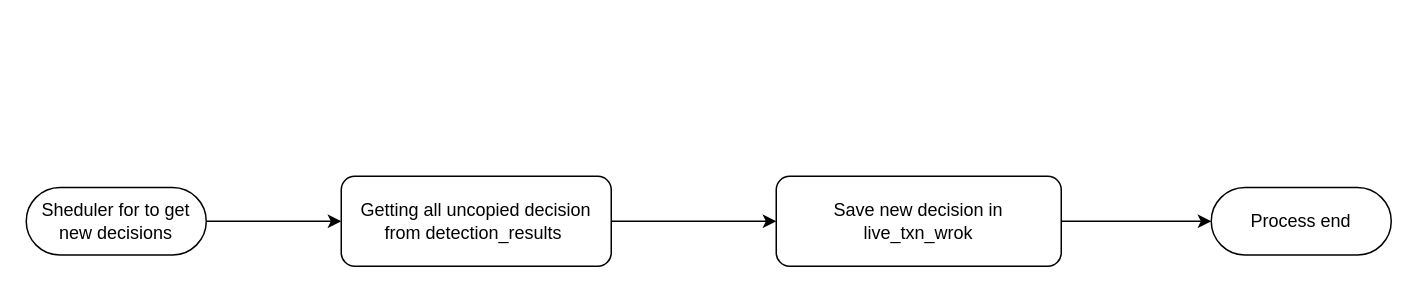
This is live-txn-feedback-flow-diagram.drawio from bb-midhunps/diagrams, a draw.io file, before an edit. Source tidied: cells renumbered, new cells numbered last; positions are measured from the earlier drawing's top-left corner, leaving out a move shared by most shapes. Both pictures are drawn from the tidied source at 150%, with x=0, y=0 at pixel (26, 176).
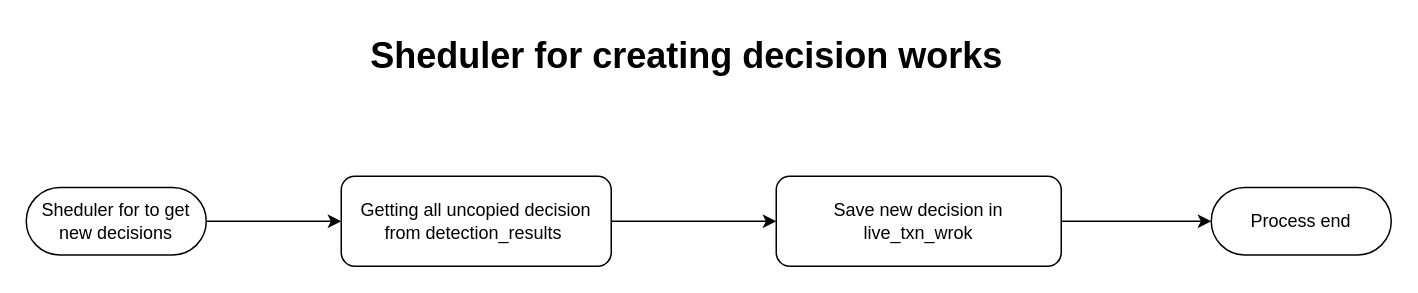
The same diagram, later.

Diff of the diagram source:
```diff
@@
 <mxGraphModel>
   <root>
     <mxCell id="0" />
     <mxCell id="1" parent="0" />
     <mxCell id="2" style="edgeStyle=orthogonalEdgeStyle;rounded=0;jettySize=auto;html=1;" parent="1" edge="1" source="3" target="5">
       <mxGeometry relative="1" as="geometry" />
     </mxCell>
     <mxCell id="3" value="Getting all uncopied decision from detection_results&amp;nbsp;" style="rounded=1;whiteSpace=wrap;html=1;fontSize=12;glass=0;strokeWidth=1;shadow=0;" parent="1" vertex="1">
       <mxGeometry x="210" width="180" height="60" as="geometry" />
     </mxCell>
     <mxCell id="4" style="edgeStyle=orthogonalEdgeStyle;rounded=0;jettySize=auto;html=1;" parent="1" edge="1" source="5" target="8">
       <mxGeometry relative="1" as="geometry" />
     </mxCell>
     <mxCell id="5" value="Save new decision in live_txn_wrok" style="whiteSpace=wrap;html=1;rounded=1;glass=0;strokeWidth=1;shadow=0;" parent="1" vertex="1">
       <mxGeometry x="500" width="190" height="60" as="geometry" />
     </mxCell>
     <mxCell id="6" style="edgeStyle=orthogonalEdgeStyle;rounded=0;jettySize=auto;html=1;" parent="1" edge="1" source="7" target="3">
       <mxGeometry relative="1" as="geometry" />
     </mxCell>
     <mxCell id="7" value="Sheduler for to get new decisions" style="html=1;dashed=0;whiteSpace=wrap;shape=mxgraph.dfd.start;" parent="1" vertex="1">
       <mxGeometry y="7.5" width="120" height="45" as="geometry" />
     </mxCell>
     <mxCell id="8" value="Process end" style="html=1;dashed=0;whiteSpace=wrap;shape=mxgraph.dfd.start;" parent="1" vertex="1">
       <mxGeometry x="790" y="7.5" width="120" height="45" as="geometry" />
     </mxCell>
+    <mxCell id="9" value="Sheduler for creating decision works" style="text;strokeColor=none;fillColor=none;html=1;fontSize=24;fontStyle=1;verticalAlign=middle;align=center;" parent="1" vertex="1">
+      <mxGeometry x="390" y="-100" width="100" height="40" as="geometry" />
+    </mxCell>
   </root>
 </mxGraphModel>
```
